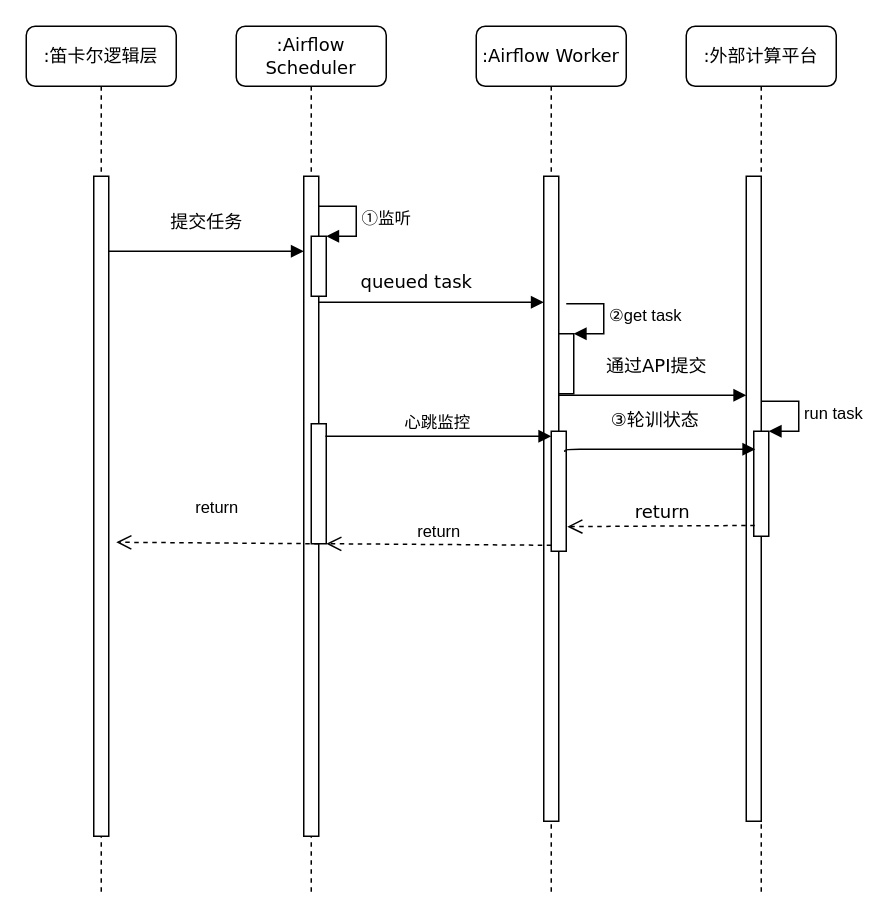
The draw.io diagram Untitled Diagram.drawio in ZhitongLei/datadistributor-doc, before the edit. Source tidied: cells renumbered, new cells numbered last; positions are measured from the earlier drawing's top-left corner, leaving out a move shared by most shapes. Both pictures are drawn from the tidied source at 150%, with x=0, y=0 at pixel (26, 26).
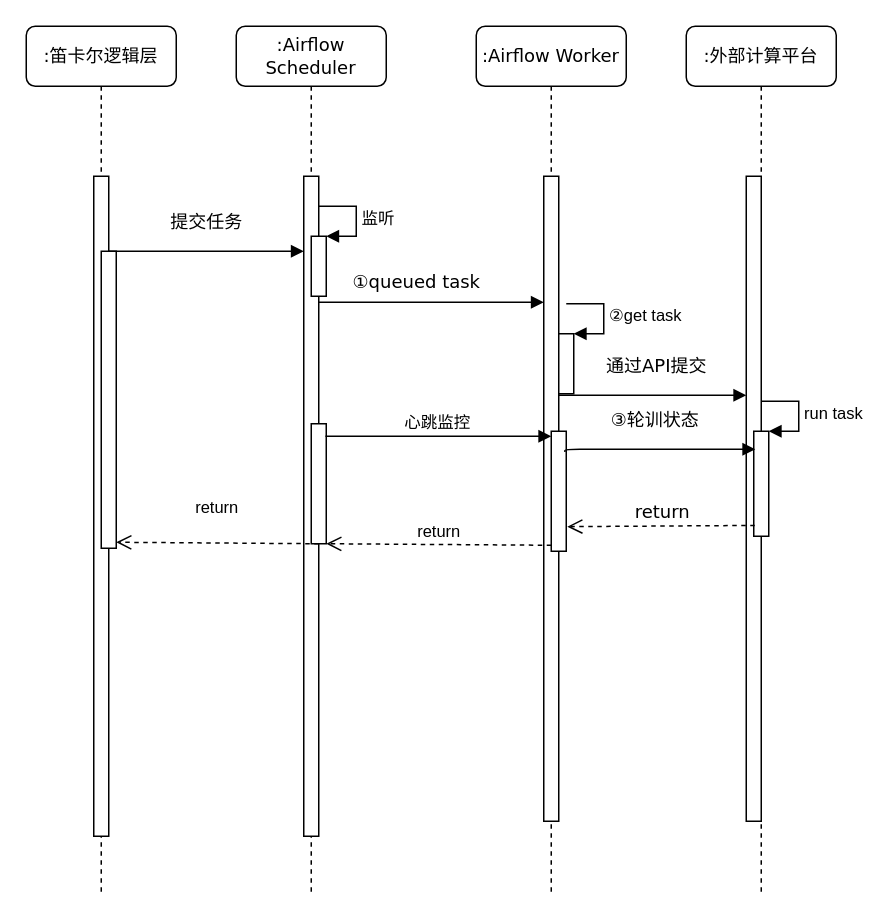
Above is the later version.

Unchanged cells that the change refers to:
```xml
<mxCell id="2" value=":Airflow Scheduler" style="shape=umlLifeline;perimeter=lifelinePerimeter;whiteSpace=wrap;html=1;rounded=1;shadow=0;comic=0;labelBackgroundColor=none;strokeColor=#000000;strokeWidth=1;fillColor=#FFFFFF;fontFamily=Verdana;fontSize=12;fontColor=#000000;align=center;" parent="1" vertex="1">
  <mxGeometry x="140" width="100" height="580" as="geometry" />
</mxCell>
<mxCell id="4" style="html=1;points=[];perimeter=orthogonalPerimeter;" parent="2" vertex="1">
  <mxGeometry x="50" y="140" width="10" height="40" as="geometry" />
</mxCell>
<mxCell id="13" value=":笛卡尔逻辑层" style="shape=umlLifeline;perimeter=lifelinePerimeter;whiteSpace=wrap;html=1;rounded=1;shadow=0;comic=0;labelBackgroundColor=none;strokeColor=#000000;strokeWidth=1;fillColor=#FFFFFF;fontFamily=Verdana;fontSize=12;fontColor=#000000;align=center;" parent="1" vertex="1">
  <mxGeometry width="100" height="580" as="geometry" />
</mxCell>
```

What changed in the source:
```diff
@@
-    <mxCell id="5" value="①监听" style="edgeStyle=orthogonalEdgeStyle;html=1;align=left;spacingLeft=2;endArrow=block;rounded=0;entryX=1;entryY=0;" parent="2" edge="1" target="4">
+    <mxCell id="5" value="监听" style="edgeStyle=orthogonalEdgeStyle;html=1;align=left;spacingLeft=2;endArrow=block;rounded=0;entryX=1;entryY=0;" parent="2" edge="1" target="4">
       <mxGeometry relative="1" as="geometry">
         <mxPoint x="55" y="120" as="sourcePoint" />
         <Array as="points">
           <mxPoint x="80" y="120" />
         </Array>
       </mxGeometry>
     </mxCell>
@@
+    <mxCell id="26" style="html=1;perimeter=orthogonalPerimeter;" parent="13" vertex="1">
+      <mxGeometry x="50" y="150" width="10" height="198" as="geometry" />
+    </mxCell>
@@
-    <mxCell id="18" value="queued task" style="html=1;verticalAlign=bottom;endArrow=block;labelBackgroundColor=none;fontFamily=Verdana;fontSize=12;edgeStyle=elbowEdgeStyle;elbow=vertical;" parent="1" edge="1">
+    <mxCell id="18" value="①queued task" style="html=1;verticalAlign=bottom;endArrow=block;labelBackgroundColor=none;fontFamily=Verdana;fontSize=12;edgeStyle=elbowEdgeStyle;elbow=vertical;" parent="1" edge="1">
       <mxGeometry x="-0.13" y="4" relative="1" as="geometry">
         <mxPoint x="195" y="184" as="sourcePoint" />
         <mxPoint x="345" y="184" as="targetPoint" />
         <Array as="points">
           <mxPoint x="260" y="184" />
         </Array>
       </mxGeometry>
     </mxCell>
```
